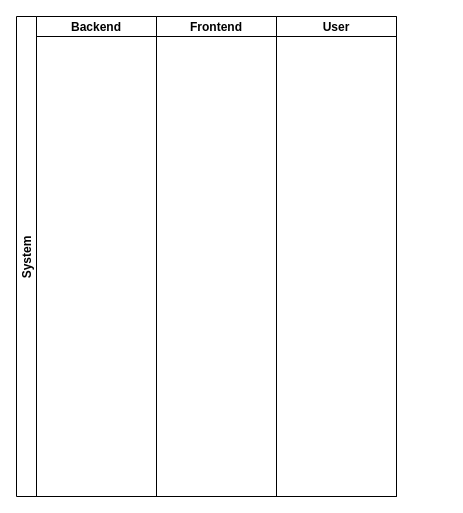
Earlier version of the draw.io diagram .devcontainer/Untitled Diagram.drawio (deb4b/budget-forecast-dashboard). Source tidied: cells renumbered, new cells numbered last; positions are measured from the earlier drawing's top-left corner, leaving out a move shared by most shapes. Both pictures are drawn from the tidied source at 100%, with x=0, y=0 at pixel (16, 16).
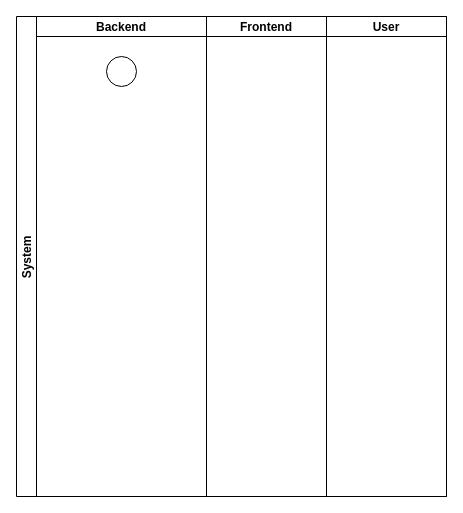
The same diagram, later.

Diff of the diagram source:
```diff
@@
 <mxGraphModel>
   <root>
     <mxCell id="0" />
     <mxCell id="1" parent="0" />
     <mxCell id="2" value="System" style="swimlane;startSize=20;horizontal=0;" parent="1" vertex="1">
-      <mxGeometry width="380" height="480" as="geometry" />
+      <mxGeometry width="430" height="480" as="geometry" />
     </mxCell>
     <mxCell id="3" value="Backend" style="swimlane;startSize=20;" parent="2" vertex="1">
-      <mxGeometry x="20" width="120" height="480" as="geometry" />
+      <mxGeometry x="20" width="170" height="480" as="geometry" />
     </mxCell>
+    <mxCell id="6" style="ellipse;whiteSpace=wrap;html=1;" parent="3" vertex="1">
+      <mxGeometry x="70" y="40" width="30" height="30" as="geometry" />
+    </mxCell>
     <mxCell id="4" value="Frontend" style="swimlane;startSize=20;" parent="2" vertex="1">
-      <mxGeometry x="140" width="120" height="480" as="geometry" />
+      <mxGeometry x="190" width="120" height="480" as="geometry" />
     </mxCell>
     <mxCell id="5" value="User" style="swimlane;startSize=20;" parent="2" vertex="1">
-      <mxGeometry x="260" width="120" height="480" as="geometry" />
+      <mxGeometry x="310" width="120" height="480" as="geometry" />
     </mxCell>
   </root>
 </mxGraphModel>
```
